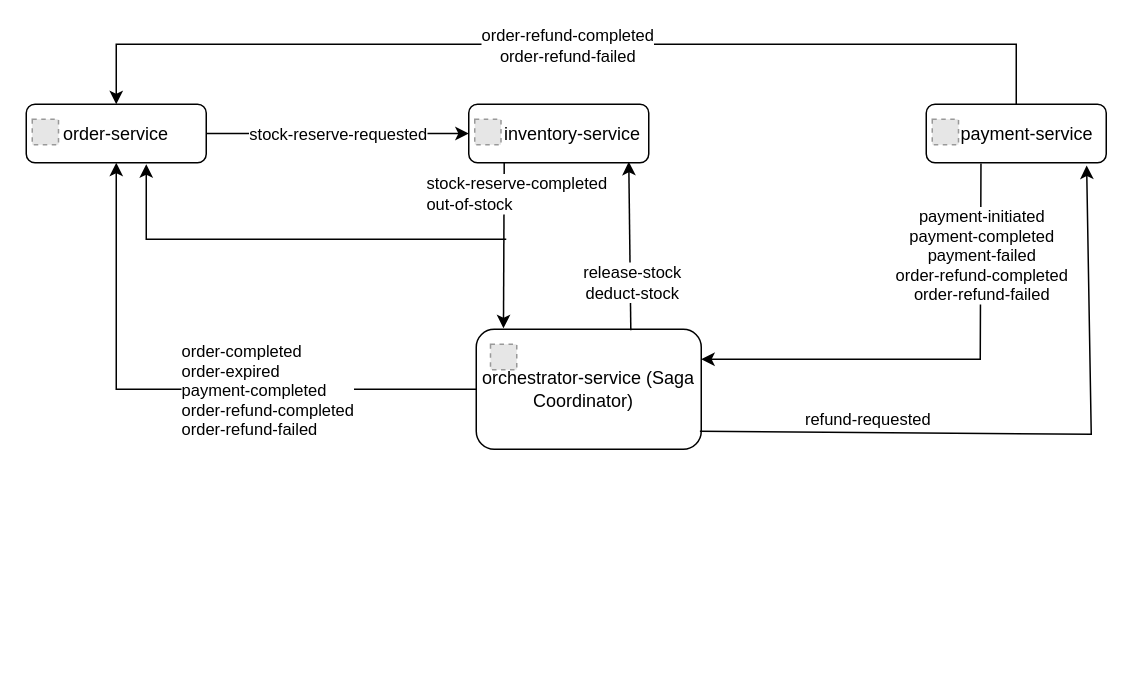
Earlier version of the draw.io diagram diagram/Kafka_Event_Flow.drawio (MSyamsandiYudaWirawan/Reactive-Order-Microservice-Architecture). Source tidied: cells renumbered, new cells numbered last; positions are measured from the earlier drawing's top-left corner, leaving out a move shared by most shapes. Both pictures are drawn from the tidied source at 150%, with x=0, y=0 at pixel (26, 44). Pictures stored in the file or linked from it are replaced by grey dashed boxes.
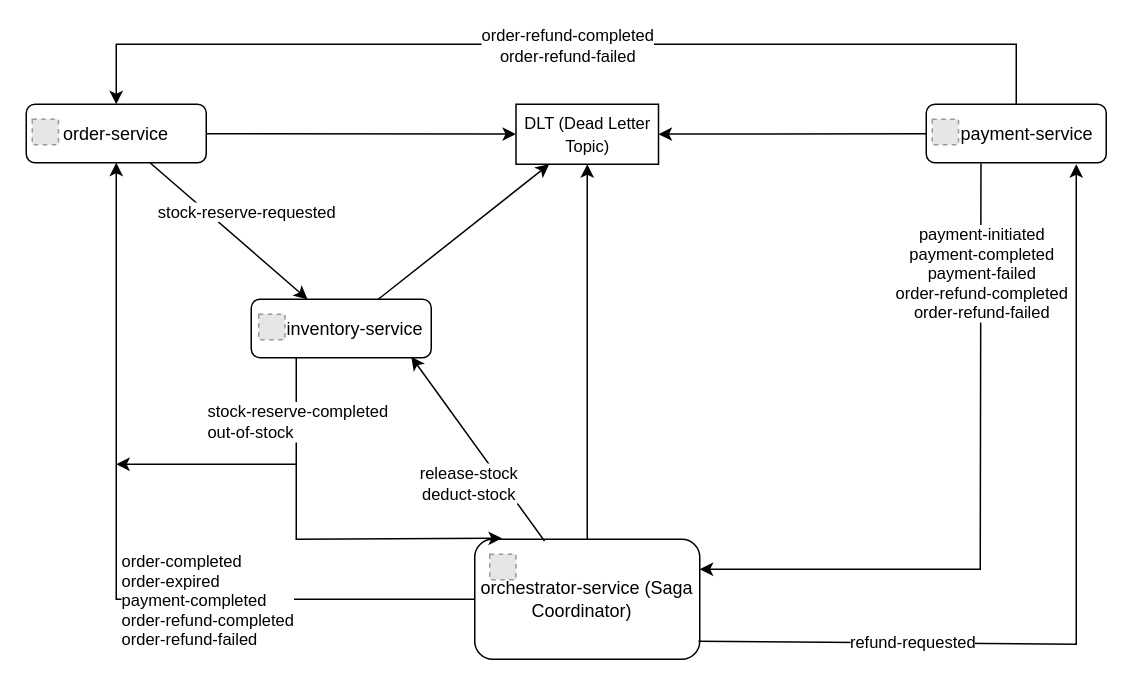
After the change.

Commit message (it also covers changes not shown here):
update architecture and kafka flow

Unchanged cells that the change refers to:
```xml
<mxCell id="5" value="order-service" style="rounded=1;whiteSpace=wrap;html=1;" parent="1" vertex="1">
  <mxGeometry y="40" width="120" height="39" as="geometry" />
</mxCell>
<mxCell id="7" value="&lt;div align=&quot;right&quot;&gt;payment-service&amp;nbsp;&amp;nbsp;&lt;/div&gt;" style="rounded=1;whiteSpace=wrap;html=1;align=right;" parent="1" vertex="1">
  <mxGeometry x="600" y="40" width="120" height="39" as="geometry" />
</mxCell>
```

Diff of the diagram source:
```diff
@@
-    <mxCell id="2" style="endArrow=classic;html=1;rounded=0;" parent="1" edge="1">
-      <mxGeometry relative="1" as="geometry">
-        <mxPoint x="320" y="130" as="sourcePoint" />
-        <mxPoint x="80" y="80" as="targetPoint" />
-        <Array as="points">
-          <mxPoint x="200" y="130" />
-          <mxPoint x="80" y="130" />
-        </Array>
-      </mxGeometry>
-    </mxCell>
     <mxCell id="3" value="&lt;div align=&quot;right&quot;&gt;inventory-service&amp;nbsp;&lt;/div&gt;" style="rounded=1;whiteSpace=wrap;html=1;align=right;" parent="1" vertex="1">
-      <mxGeometry x="295" y="40" width="120" height="39" as="geometry" />
+      <mxGeometry x="150" y="170" width="120" height="39" as="geometry" />
     </mxCell>
     <mxCell id="4" style="fillColor=#E6E6E6;strokeColor=#999999;dashed=1;verticalLabelPosition=bottom;labelBackgroundColor=default;verticalAlign=top;" parent="1" vertex="1">
-      <mxGeometry x="299" y="50" width="17.5" height="17" as="geometry" />
+      <mxGeometry x="155" y="180" width="17.5" height="17" as="geometry" />
     </mxCell>
@@
     <mxCell id="9" value="&lt;div align=&quot;center&quot;&gt;orchestrator-service (Saga Coordinator)&amp;nbsp;&amp;nbsp;&lt;/div&gt;" style="rounded=1;whiteSpace=wrap;html=1;align=center;" parent="1" vertex="1">
-      <mxGeometry x="300" y="190" width="150" height="80" as="geometry" />
+      <mxGeometry x="299" y="330" width="150" height="80" as="geometry" />
     </mxCell>
     <mxCell id="10" style="fillColor=#E6E6E6;strokeColor=#999999;dashed=1;verticalLabelPosition=bottom;labelBackgroundColor=default;verticalAlign=top;" parent="1" vertex="1">
-      <mxGeometry x="309.5" y="200" width="17.5" height="17" as="geometry" />
+      <mxGeometry x="309" y="340" width="17.5" height="17" as="geometry" />
     </mxCell>
@@
-    <mxCell id="13" style="endArrow=classic;html=1;rounded=0;exitX=0.197;exitY=0.994;exitDx=0;exitDy=0;exitPerimeter=0;entryX=0.121;entryY=-0.008;entryDx=0;entryDy=0;entryPerimeter=0;" parent="1" edge="1" source="3" target="9">
-      <mxGeometry relative="1" as="geometry" />
+    <mxCell id="13" style="endArrow=classic;html=1;rounded=0;exitX=0.25;exitY=1;exitDx=0;exitDy=0;entryX=0.121;entryY=-0.008;entryDx=0;entryDy=0;entryPerimeter=0;" parent="1" edge="1" source="3" target="9">
+      <mxGeometry relative="1" as="geometry">
+        <Array as="points">
+          <mxPoint x="180" y="330" />
+        </Array>
+      </mxGeometry>
     </mxCell>
     <mxCell id="14" value="&lt;div align=&quot;justify&quot;&gt;stock-reserve-completed&lt;br&gt;out-of-stock&lt;/div&gt;" style="edgeLabel;html=1;align=center;verticalAlign=middle;" parent="13" vertex="1">
       <mxGeometry x="-0.49" y="-1" relative="1" as="geometry">
-        <mxPoint x="9" y="-7" as="offset" />
+        <mxPoint x="1" y="-24" as="offset" />
       </mxGeometry>
     </mxCell>
     <mxCell id="15" style="endArrow=classic;html=1;rounded=0;entryX=1;entryY=0.25;entryDx=0;entryDy=0;exitX=0.304;exitY=1.012;exitDx=0;exitDy=0;exitPerimeter=0;" parent="1" edge="1" source="7" target="9">
       <mxGeometry relative="1" as="geometry">
         <Array as="points">
-          <mxPoint x="636" y="210" />
+          <mxPoint x="636" y="350" />
         </Array>
       </mxGeometry>
     </mxCell>
@@
     <mxCell id="17" style="endArrow=classic;html=1;rounded=0;" parent="1" edge="1" source="9" target="5">
       <mxGeometry relative="1" as="geometry">
         <Array as="points">
-          <mxPoint x="60" y="230" />
+          <mxPoint x="60" y="370" />
         </Array>
       </mxGeometry>
     </mxCell>
     <mxCell id="18" value="&lt;div align=&quot;justify&quot;&gt;order-completed&lt;br&gt;order-expired&lt;br&gt;payment-completed&lt;br&gt;order-refund-completed&lt;br&gt;order-refund-failed&lt;/div&gt;" style="edgeLabel;html=1;align=center;verticalAlign=middle;" parent="17" vertex="1">
       <mxGeometry x="0.02" y="2" relative="1" as="geometry">
-        <mxPoint x="59" y="-2" as="offset" />
+        <mxPoint x="62" y="31" as="offset" />
       </mxGeometry>
     </mxCell>
-    <mxCell id="19" style="endArrow=classic;html=1;rounded=0;exitX=0.994;exitY=0.851;exitDx=0;exitDy=0;exitPerimeter=0;entryX=0.891;entryY=1.047;entryDx=0;entryDy=0;entryPerimeter=0;" parent="1" edge="1" source="9" target="7">
+    <mxCell id="19" style="endArrow=classic;html=1;rounded=0;exitX=0.994;exitY=0.851;exitDx=0;exitDy=0;exitPerimeter=0;" parent="1" edge="1" source="9">
       <mxGeometry relative="1" as="geometry">
+        <mxPoint x="700" y="80" as="targetPoint" />
         <Array as="points">
-          <mxPoint x="710" y="260" />
+          <mxPoint x="700" y="400" />
         </Array>
       </mxGeometry>
     </mxCell>
     <mxCell id="20" value="refund-requested" style="edgeLabel;html=1;align=center;verticalAlign=middle;" parent="19" vertex="1">
       <mxGeometry x="0.59" y="2" relative="1" as="geometry">
-        <mxPoint x="-146" y="79" as="offset" />
+        <mxPoint x="-108" y="202" as="offset" />
       </mxGeometry>
     </mxCell>
-    <mxCell id="21" style="endArrow=classic;html=1;rounded=0;entryX=0.889;entryY=0.982;entryDx=0;entryDy=0;entryPerimeter=0;exitX=0.687;exitY=0.009;exitDx=0;exitDy=0;exitPerimeter=0;" parent="1" edge="1" source="9" target="3">
+    <mxCell id="21" style="endArrow=classic;html=1;rounded=0;entryX=0.889;entryY=0.982;entryDx=0;entryDy=0;entryPerimeter=0;exitX=0.31;exitY=0.015;exitDx=0;exitDy=0;exitPerimeter=0;" parent="1" edge="1" source="9" target="3">
       <mxGeometry relative="1" as="geometry" />
     </mxCell>
@@
+    <mxCell id="25" value="&lt;font style=&quot;font-size: 11px;&quot;&gt;DLT (Dead Letter Topic)&lt;/font&gt;" style="rounded=0;whiteSpace=wrap;html=1;" parent="1" vertex="1">
+      <mxGeometry x="326.5" y="40" width="95" height="40" as="geometry" />
+    </mxCell>
+    <mxCell id="26" style="endArrow=classic;html=1;rounded=0;" parent="1" edge="1" source="5" target="25">
+      <mxGeometry relative="1" as="geometry" />
+    </mxCell>
+    <mxCell id="27" style="endArrow=classic;html=1;rounded=0;" parent="1" edge="1" source="3" target="25">
+      <mxGeometry relative="1" as="geometry" />
+    </mxCell>
+    <mxCell id="28" style="endArrow=classic;html=1;rounded=0;" parent="1" edge="1" source="7" target="25">
+      <mxGeometry relative="1" as="geometry" />
+    </mxCell>
+    <mxCell id="29" style="endArrow=classic;html=1;rounded=0;" parent="1" edge="1" source="9" target="25">
+      <mxGeometry relative="1" as="geometry" />
+    </mxCell>
+    <mxCell id="30" style="endArrow=classic;html=1;rounded=0;" parent="1" edge="1">
+      <mxGeometry relative="1" as="geometry">
+        <mxPoint x="180" y="280" as="sourcePoint" />
+        <mxPoint x="60" y="280" as="targetPoint" />
+      </mxGeometry>
+    </mxCell>
```
